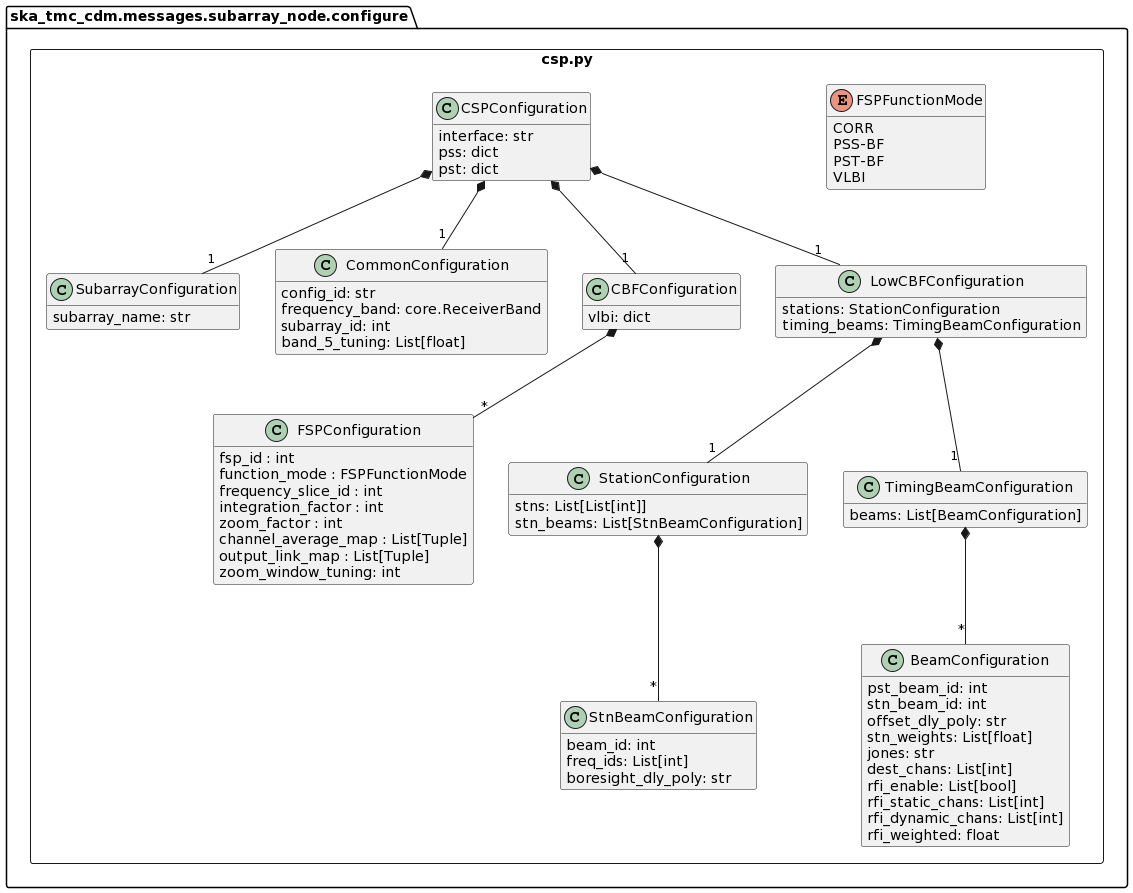
This is docs/src/developer/subarraynode/csp.png from ska-telescope/cdm-shared-library, a PlantUML export, as it was before one commit. Its source is kept beside it as docs/src/developer/subarraynode/csp.puml.
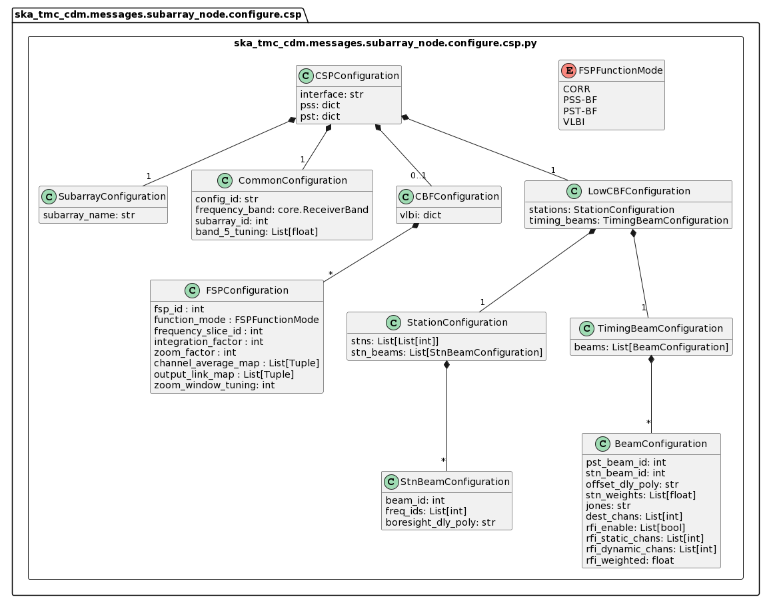
The same diagram one commit later.

Commit message:
NAK-296 Addressed cross team review comment

Change to the diagram source:
```diff
@@ -97,7 +97,7 @@
 		CBFConfiguration *-- "1" VLBIConfiguration
 		CSPConfiguration *-- "1" CommonConfiguration
 		CSPConfiguration *-- "1" SubarrayConfiguration
-		CSPConfiguration *-- "1" CBFConfiguration
+		CSPConfiguration *-- "0..1" CBFConfiguration
 		CSPConfiguration *-- "1" PSTConfiguration
 		CSPConfiguration *-- "1" PSSConfiguration
 		CSPConfiguration *-- "1" LowCBFConfiguration
```
